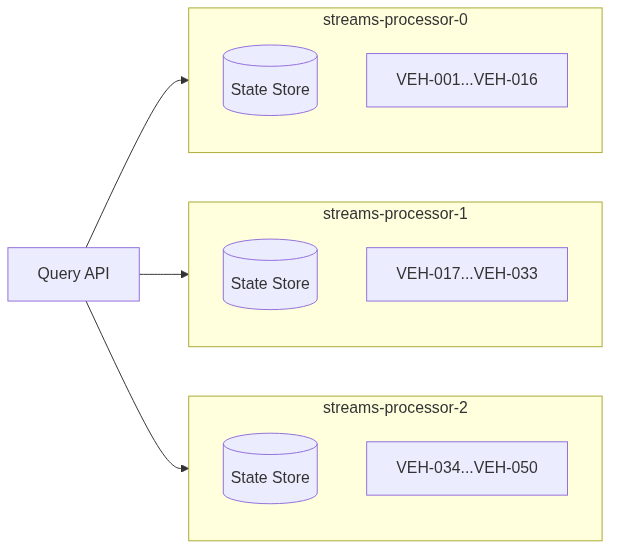
tomncooper/realtime-context-demo keeps this Mermaid diagram as docs/assets/imgs/interactive-queries.png. Above is the earlier version. Its source is kept beside it as docs/assets/diagrams/interactive-queries.mmd. Source of this version:
```mermaid
flowchart LR
    QA[Query API]

    subgraph SP0[streams-processor-0]
        SS0[(State Store)]
        K0[VEH-001...VEH-016]
    end

    subgraph SP1[streams-processor-1]
        SS1[(State Store)]
        K1[VEH-017...VEH-033]
    end

    subgraph SP2[streams-processor-2]
        SS2[(State Store)]
        K2[VEH-034...VEH-050]
    end

    QA --> SP0
    QA --> SP1
    QA --> SP2
```
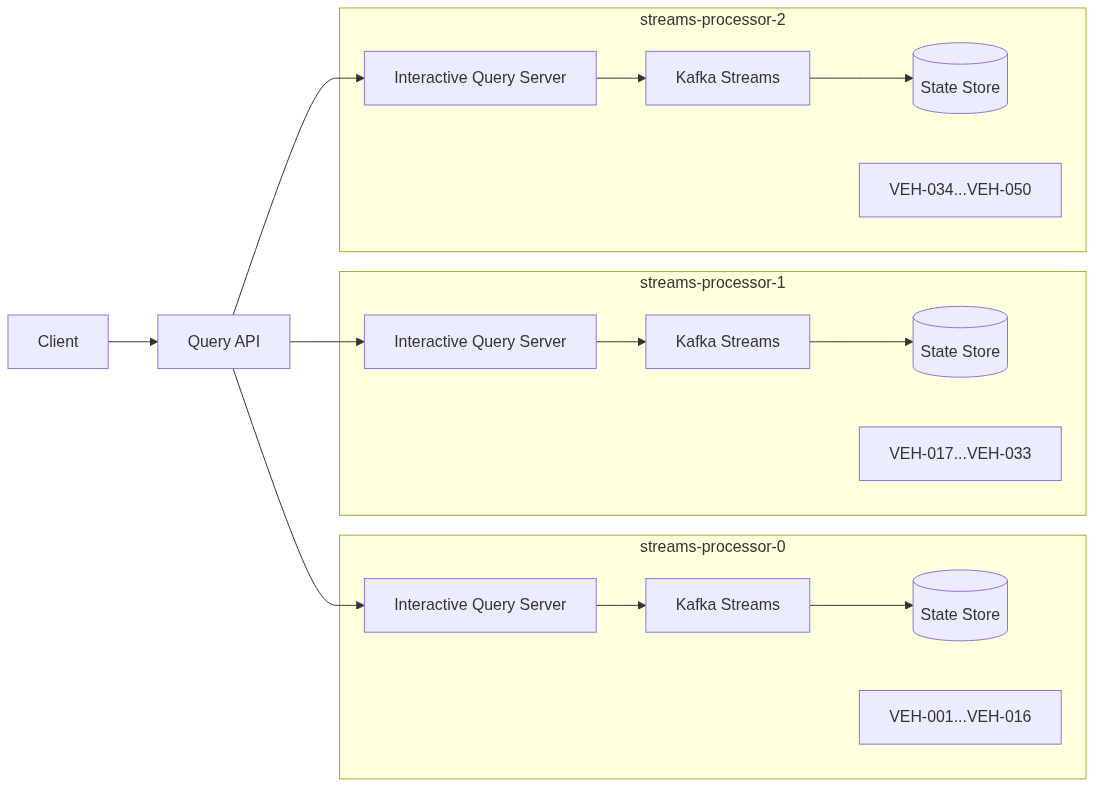
The same diagram one commit later.

Commit message:
Updated walkthrough to include in-depth example queries

What changed in the source:
```diff
@@ -1,21 +1,32 @@
 flowchart LR
+    Client
     QA[Query API]
 
     subgraph SP0[streams-processor-0]
+        IQS0[Interactive Query Server]
+        KS0[Kafka Streams]
         SS0[(State Store)]
         K0[VEH-001...VEH-016]
+        IQS0 --> KS0 --> SS0
     end
 
     subgraph SP1[streams-processor-1]
+        IQS1[Interactive Query Server]
+        KS1[Kafka Streams]
         SS1[(State Store)]
         K1[VEH-017...VEH-033]
+        IQS1 --> KS1 --> SS1
     end
 
     subgraph SP2[streams-processor-2]
+        IQS2[Interactive Query Server]
+        KS2[Kafka Streams]
         SS2[(State Store)]
         K2[VEH-034...VEH-050]
+        IQS2 --> KS2 --> SS2
     end
 
-    QA --> SP0
-    QA --> SP1
-    QA --> SP2
+    Client --> QA
+    QA --> IQS0
+    QA --> IQS1
+    QA --> IQS2
```
